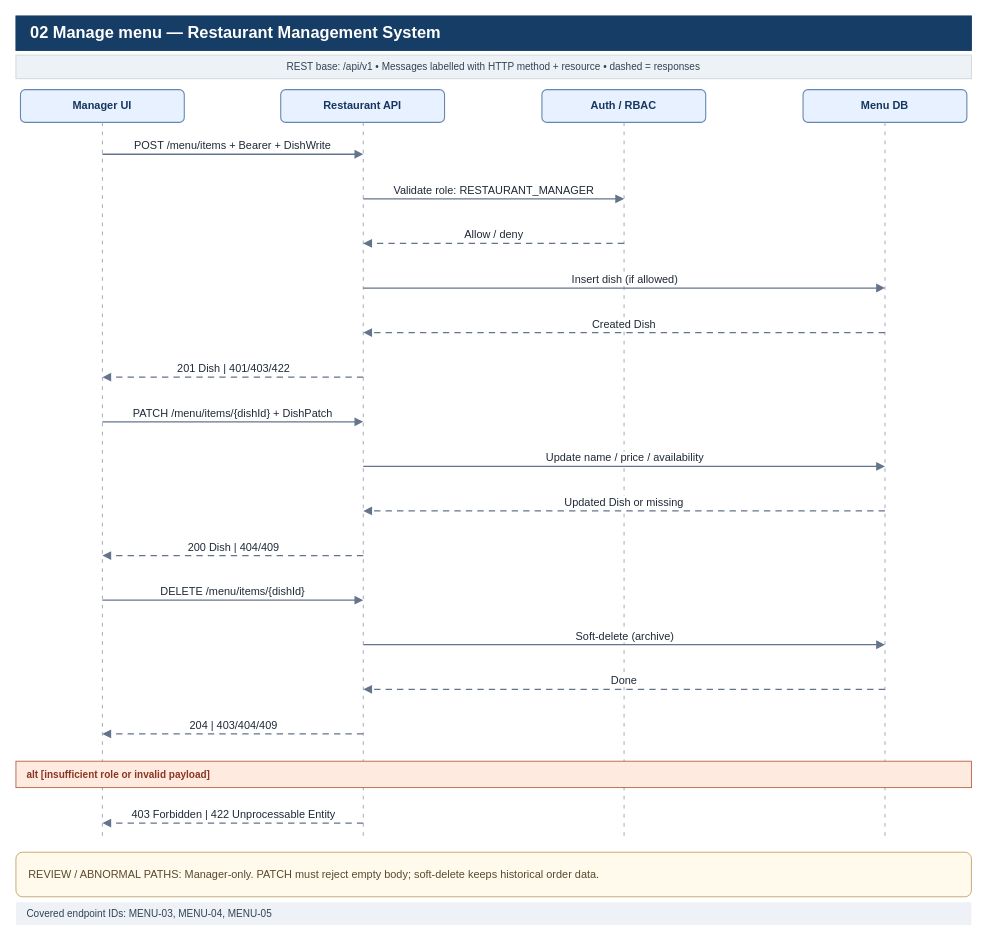
Lukap42/SWE1_Project keeps this draw.io diagram as page "02 Manage menu" (2 of 10) of Sequence Diagrams/restaurant-sequences.drawio. Above is the earlier version. Source tidied: cells renumbered, new cells numbered last; positions are measured from the earlier drawing's top-left corner, leaving out a move shared by most shapes. Both pictures are drawn from the tidied source at 91%, with x=0, y=0 at pixel (15, 15).
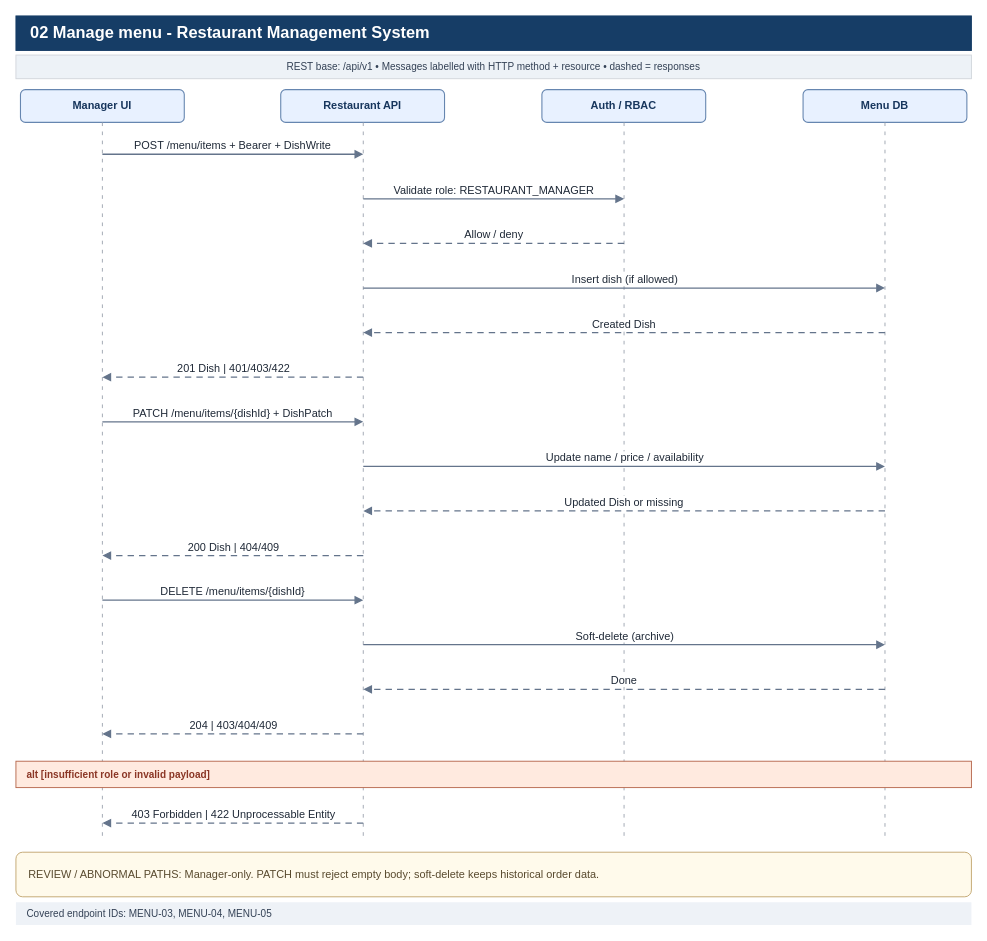
The same page after the edit.

Change to the diagram source:
```diff
@@
-    <mxCell id="2" value="02 Manage menu — Restaurant Management System" style="rounded=0;whiteSpace=wrap;html=1;fillColor=#163d66;strokeColor=#163d66;fontColor=#ffffff;fontStyle=1;fontSize=18;align=left;spacingLeft=14;" parent="1" vertex="1">
+    <mxCell id="2" value="02 Manage menu - Restaurant Management System" style="rounded=0;whiteSpace=wrap;html=1;fillColor=#163d66;strokeColor=#163d66;fontColor=#ffffff;fontStyle=1;fontSize=18;align=left;spacingLeft=14;" parent="1" vertex="1">
       <mxGeometry width="1050" height="38" as="geometry" />
     </mxCell>
```
